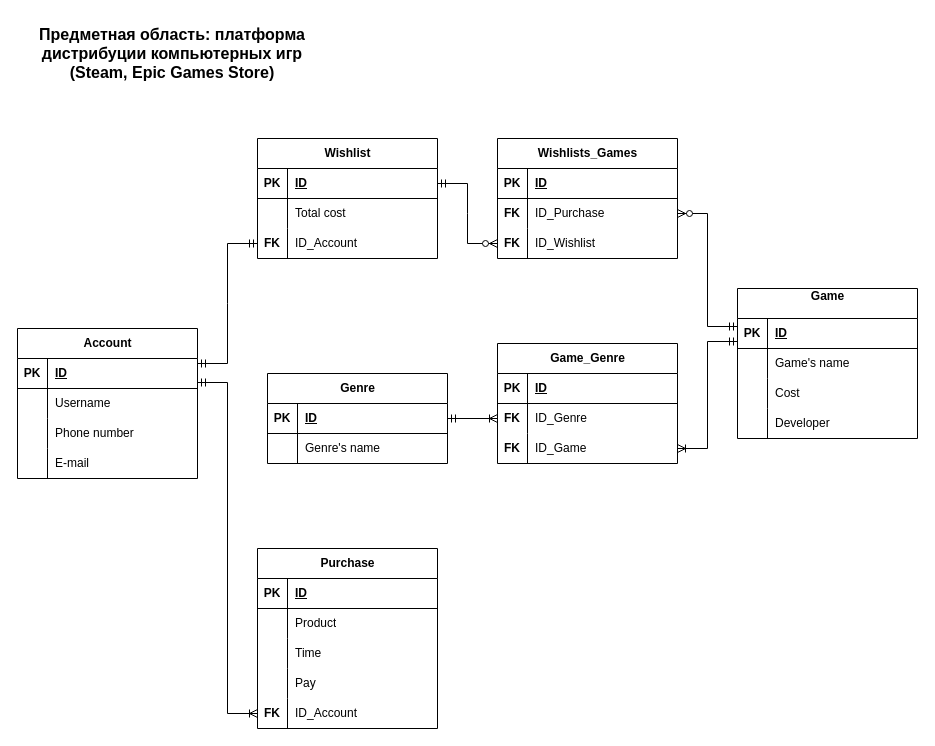
Earlier version of the draw.io diagram Homework1-DB.drawio (Begaliev-Kirill/Database-basics). Source tidied: cells renumbered, new cells numbered last; positions are measured from the earlier drawing's top-left corner, leaving out a move shared by most shapes. Both pictures are drawn from the tidied source at 100%, with x=0, y=0 at pixel (17, 38).
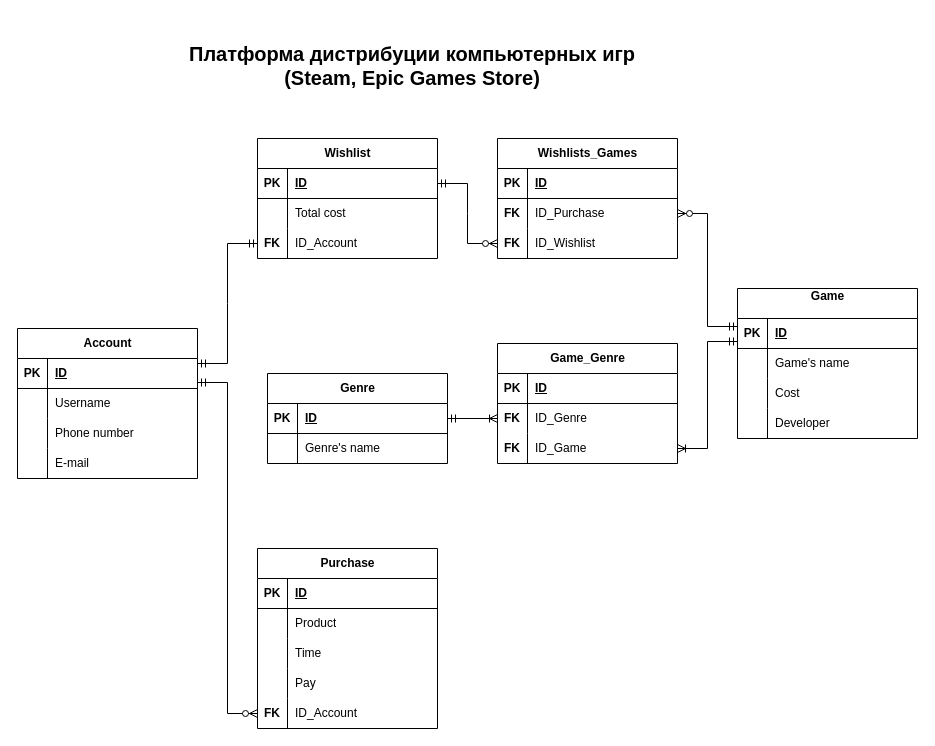
After the change.

Commit message:
Fixed arrow Account -> Purchase Homework1-DB.drawio

Unchanged cells that the change refers to:
```xml
<mxCell id="4" style="shape=tableRow;horizontal=0;startSize=0;swimlaneHead=0;swimlaneBody=0;fillColor=none;points=[[0,0.5],[1,0.5]];portConstraint=eastwest;top=0;left=0;right=0;bottom=1;" parent="3" vertex="1">
  <mxGeometry y="30" width="180" height="30" as="geometry" />
</mxCell>
<mxCell id="29" style="shape=tableRow;horizontal=0;startSize=0;swimlaneHead=0;swimlaneBody=0;fillColor=none;points=[[0,0.5],[1,0.5]];portConstraint=eastwest;top=0;left=0;right=0;bottom=0;" parent="16" vertex="1">
  <mxGeometry y="150" width="180" height="30" as="geometry" />
</mxCell>
```

Diff of the diagram source:
```diff
@@
-    <mxCell id="2" value="Предметная область: платформа дистрибуции компьютерных игр (Steam, Epic Games Store)" style="text;strokeColor=none;align=center;fillColor=none;html=1;verticalAlign=middle;whiteSpace=wrap;rounded=0;fontStyle=1;fontSize=16;" parent="1" vertex="1">
-      <mxGeometry width="310" height="30" as="geometry" />
+    <mxCell id="2" value="&amp;nbsp;&lt;div&gt;Платформа дистрибуции компьютерных игр (Steam, Epic Games Store)&lt;/div&gt;" style="text;strokeColor=none;align=center;fillColor=none;html=1;verticalAlign=middle;whiteSpace=wrap;rounded=0;fontStyle=1;fontSize=20;" parent="1" vertex="1">
+      <mxGeometry x="165" width="460" height="30" as="geometry" />
     </mxCell>
@@
-    <mxCell id="42" style="edgeStyle=entityRelationEdgeStyle;fontSize=12;html=1;endArrow=ERoneToMany;startArrow=ERmandOne;rounded=0;entryX=0;entryY=0.5;entryDx=0;entryDy=0;exitX=1;exitY=0.8;exitDx=0;exitDy=0;exitPerimeter=0;" parent="1" edge="1" source="4" target="29">
+    <mxCell id="42" style="edgeStyle=entityRelationEdgeStyle;fontSize=12;html=1;endArrow=ERzeroToMany;startArrow=ERmandOne;rounded=0;entryX=0;entryY=0.5;entryDx=0;entryDy=0;exitX=1;exitY=0.8;exitDx=0;exitDy=0;exitPerimeter=0;" parent="1" edge="1" source="4" target="29">
       <mxGeometry relative="1" as="geometry" />
     </mxCell>
```
